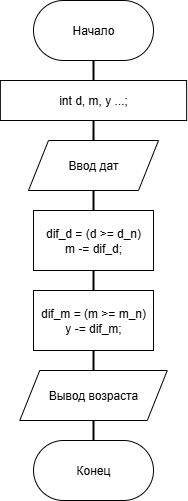
Before: Блок_схема.png, a diagram exported from draw.io (PtarOk/lab_3_dz). Source tidied: cells renumbered, new cells last; positions are measured from the earlier drawing's top-left corner, leaving out a move shared by most shapes. Source of this version:
```xml
<mxGraphModel>
  <root>
    <mxCell id="0" />
    <mxCell id="1" parent="0" />
    <mxCell id="2" style="edgeStyle=orthogonalEdgeStyle;rounded=0;jettySize=auto;html=1;exitX=0.5;exitY=1;exitDx=0;exitDy=0;entryX=0.5;entryY=0;entryDx=0;entryDy=0;strokeWidth=2;endArrow=none;endFill=0;" parent="1" edge="1" source="3" target="6">
      <mxGeometry relative="1" as="geometry" />
    </mxCell>
    <mxCell id="3" value="Начало" style="rounded=1;whiteSpace=wrap;html=1;arcSize=50;" parent="1" vertex="1">
      <mxGeometry x="33" width="120" height="60" as="geometry" />
    </mxCell>
    <mxCell id="4" value="Конец" style="rounded=1;whiteSpace=wrap;html=1;arcSize=50;" parent="1" vertex="1">
      <mxGeometry x="33" y="440" width="120" height="60" as="geometry" />
    </mxCell>
    <mxCell id="5" style="edgeStyle=orthogonalEdgeStyle;rounded=0;jettySize=auto;html=1;exitX=0.5;exitY=1;exitDx=0;exitDy=0;entryX=0.5;entryY=0;entryDx=0;entryDy=0;strokeWidth=2;endArrow=none;endFill=0;" parent="1" edge="1" source="6" target="8">
      <mxGeometry relative="1" as="geometry" />
    </mxCell>
    <mxCell id="6" value="int d, m, y ...;" style="rounded=0;whiteSpace=wrap;html=1;" parent="1" vertex="1">
      <mxGeometry x="-0.1" y="80" width="186.2" height="40" as="geometry" />
    </mxCell>
    <mxCell id="7" style="edgeStyle=orthogonalEdgeStyle;rounded=0;jettySize=auto;html=1;exitX=0.5;exitY=1;exitDx=0;exitDy=0;entryX=0.5;entryY=0;entryDx=0;entryDy=0;strokeWidth=2;endArrow=none;endFill=0;" parent="1" edge="1" source="8" target="13">
      <mxGeometry relative="1" as="geometry" />
    </mxCell>
    <mxCell id="8" value="Ввод дат" style="shape=parallelogram;perimeter=parallelogramPerimeter;whiteSpace=wrap;html=1;fixedSize=1;" parent="1" vertex="1">
      <mxGeometry x="28" y="140" width="130" height="50" as="geometry" />
    </mxCell>
    <mxCell id="9" style="edgeStyle=orthogonalEdgeStyle;rounded=0;jettySize=auto;html=1;exitX=0.5;exitY=1;exitDx=0;exitDy=0;entryX=0.5;entryY=0;entryDx=0;entryDy=0;strokeWidth=2;endArrow=none;endFill=0;" parent="1" edge="1" source="10" target="4">
      <mxGeometry relative="1" as="geometry" />
    </mxCell>
    <mxCell id="10" value="Вывод возраста" style="shape=parallelogram;perimeter=parallelogramPerimeter;whiteSpace=wrap;html=1;fixedSize=1;" parent="1" vertex="1">
      <mxGeometry x="19.3" y="370" width="147.5" height="50" as="geometry" />
    </mxCell>
    <mxCell id="11" style="edgeStyle=orthogonalEdgeStyle;rounded=0;jettySize=auto;html=1;exitX=0.5;exitY=1;exitDx=0;exitDy=0;entryX=0.5;entryY=0;entryDx=0;entryDy=0;endArrow=none;endFill=0;strokeWidth=2;" parent="1" edge="1" target="10">
      <mxGeometry relative="1" as="geometry">
        <mxPoint x="93" y="350" as="sourcePoint" />
      </mxGeometry>
    </mxCell>
    <mxCell id="12" style="edgeStyle=orthogonalEdgeStyle;rounded=0;jettySize=auto;html=1;exitX=0.5;exitY=1;exitDx=0;exitDy=0;entryX=0.5;entryY=0;entryDx=0;entryDy=0;strokeWidth=2;endArrow=none;endFill=0;" parent="1" edge="1" source="13" target="14">
      <mxGeometry relative="1" as="geometry" />
    </mxCell>
    <mxCell id="13" value="dif_d = (d &amp;gt;= d_n)&lt;div&gt;m -= dif_d;&lt;/div&gt;" style="rounded=0;whiteSpace=wrap;html=1;" parent="1" vertex="1">
      <mxGeometry x="33" y="210" width="120" height="60" as="geometry" />
    </mxCell>
    <mxCell id="14" value="dif_m = (m &amp;gt;= m_n)&lt;div&gt;y -= dif_m;&lt;/div&gt;" style="rounded=0;whiteSpace=wrap;html=1;" parent="1" vertex="1">
      <mxGeometry x="33" y="290" width="120" height="60" as="geometry" />
    </mxCell>
  </root>
</mxGraphModel>
```
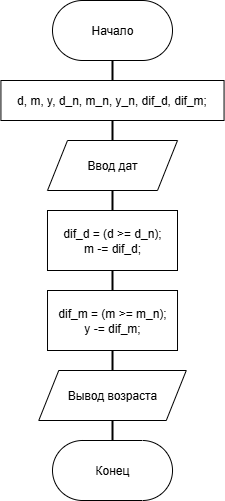
The same diagram one commit later.

Commit message:
исправил блок-схему

Change to the diagram source:
```diff
@@ -14,8 +14,8 @@
     <mxCell id="5" style="edgeStyle=orthogonalEdgeStyle;rounded=0;jettySize=auto;html=1;exitX=0.5;exitY=1;exitDx=0;exitDy=0;entryX=0.5;entryY=0;entryDx=0;entryDy=0;strokeWidth=2;endArrow=none;endFill=0;" parent="1" edge="1" source="6" target="8">
       <mxGeometry relative="1" as="geometry" />
     </mxCell>
-    <mxCell id="6" value="int d, m, y ...;" style="rounded=0;whiteSpace=wrap;html=1;" parent="1" vertex="1">
-      <mxGeometry x="-0.1" y="80" width="186.2" height="40" as="geometry" />
+    <mxCell id="6" value="d, m, y, d_n, m_n, y_n, dif_d, dif_m;" style="rounded=0;whiteSpace=wrap;html=1;" parent="1" vertex="1">
+      <mxGeometry x="-18.6" y="80" width="223.1" height="40" as="geometry" />
     </mxCell>
     <mxCell id="7" style="edgeStyle=orthogonalEdgeStyle;rounded=0;jettySize=auto;html=1;exitX=0.5;exitY=1;exitDx=0;exitDy=0;entryX=0.5;entryY=0;entryDx=0;entryDy=0;strokeWidth=2;endArrow=none;endFill=0;" parent="1" edge="1" source="8" target="13">
       <mxGeometry relative="1" as="geometry" />
@@ -37,11 +37,11 @@
     <mxCell id="12" style="edgeStyle=orthogonalEdgeStyle;rounded=0;jettySize=auto;html=1;exitX=0.5;exitY=1;exitDx=0;exitDy=0;entryX=0.5;entryY=0;entryDx=0;entryDy=0;strokeWidth=2;endArrow=none;endFill=0;" parent="1" edge="1" source="13" target="14">
       <mxGeometry relative="1" as="geometry" />
     </mxCell>
-    <mxCell id="13" value="dif_d = (d &amp;gt;= d_n)&lt;div&gt;m -= dif_d;&lt;/div&gt;" style="rounded=0;whiteSpace=wrap;html=1;" parent="1" vertex="1">
-      <mxGeometry x="33" y="210" width="120" height="60" as="geometry" />
+    <mxCell id="13" value="dif_d = (d &amp;gt;= d_n);&lt;div&gt;m -= dif_d;&lt;/div&gt;" style="rounded=0;whiteSpace=wrap;html=1;" parent="1" vertex="1">
+      <mxGeometry x="28" y="210" width="130" height="60" as="geometry" />
     </mxCell>
-    <mxCell id="14" value="dif_m = (m &amp;gt;= m_n)&lt;div&gt;y -= dif_m;&lt;/div&gt;" style="rounded=0;whiteSpace=wrap;html=1;" parent="1" vertex="1">
-      <mxGeometry x="33" y="290" width="120" height="60" as="geometry" />
+    <mxCell id="14" value="dif_m = (m &amp;gt;= m_n);&lt;div&gt;y -= dif_m;&lt;/div&gt;" style="rounded=0;whiteSpace=wrap;html=1;" parent="1" vertex="1">
+      <mxGeometry x="28" y="290" width="130" height="60" as="geometry" />
     </mxCell>
   </root>
 </mxGraphModel>
```
